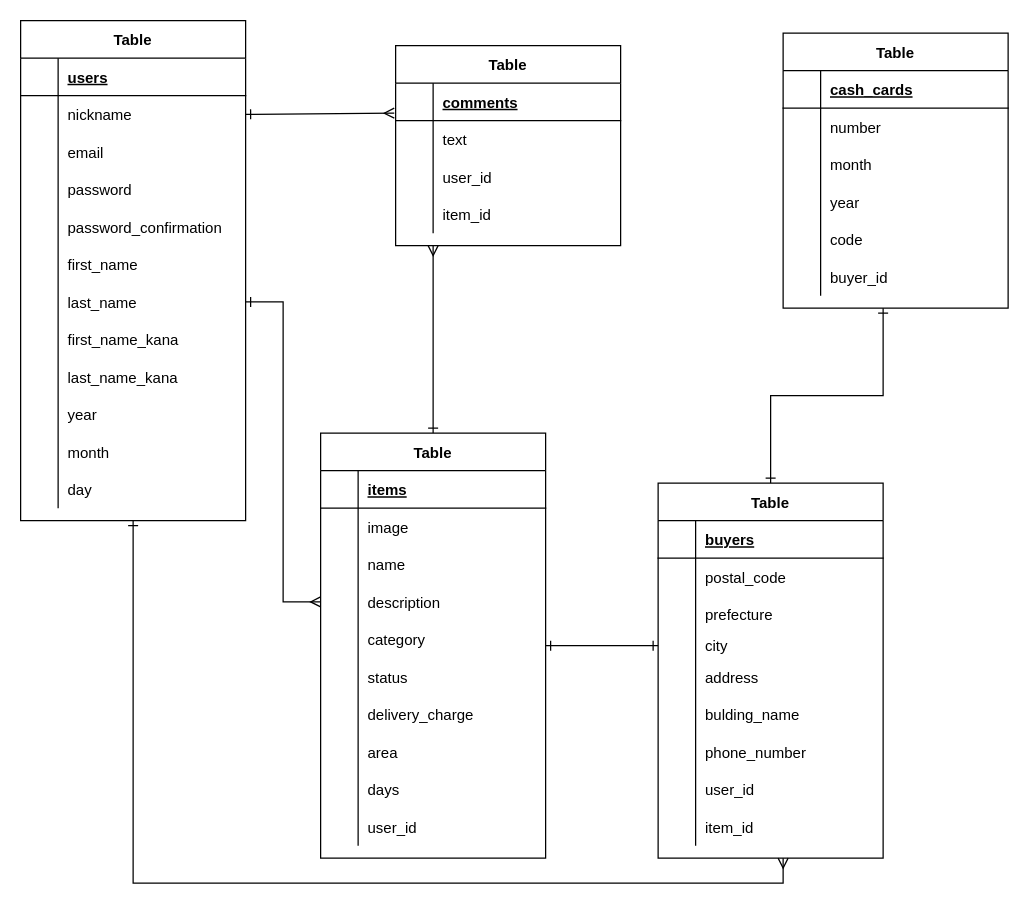
This is furima.dio from HamazakiHisanori/furima-35157, a draw.io file, before an edit. Source tidied: cells renumbered, new cells numbered last; positions are measured from the earlier drawing's top-left corner, leaving out a move shared by most shapes. Both pictures are drawn from the tidied source at 125%, with x=0, y=0 at pixel (20, 20).
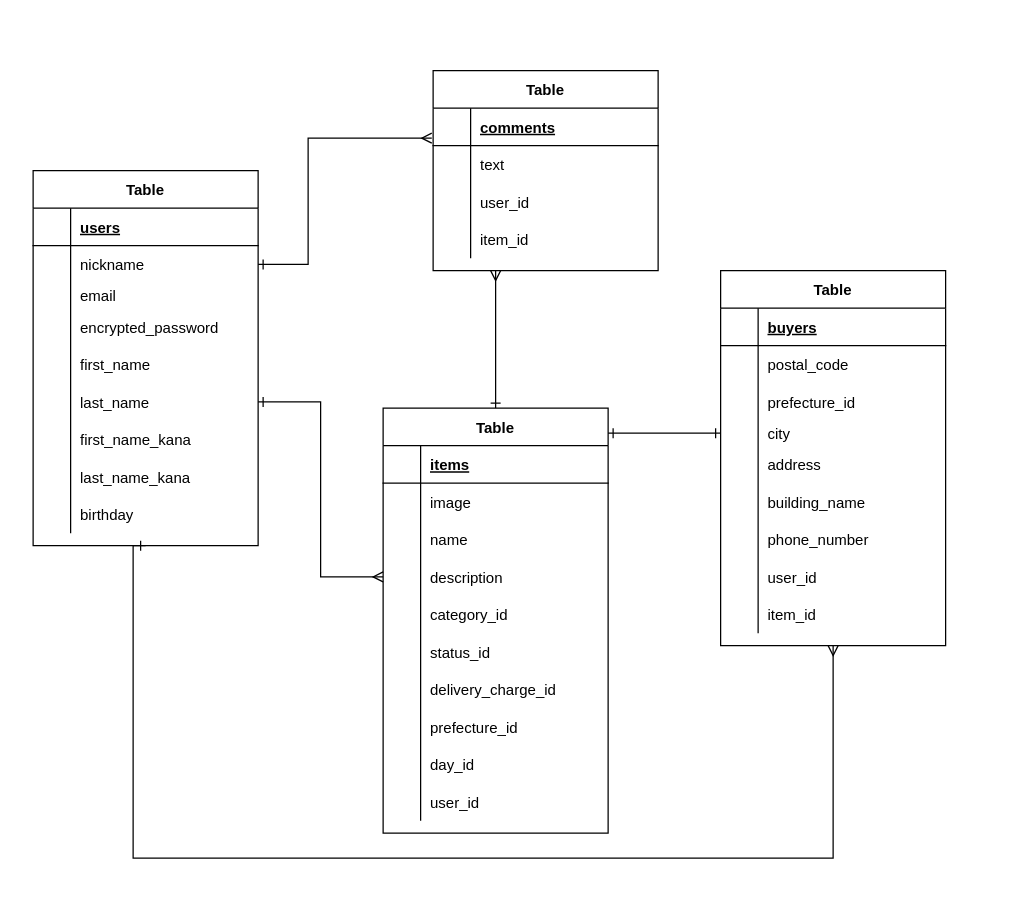
Above is the later version.

Commit message (it also covers changes not shown here):
データベース設計修正

The change refers to these unchanged cells:
```xml
<mxCell id="7" style="shape=partialRectangle;fillColor=none;top=0;left=0;bottom=0;right=0;points=[[0,0.5],[1,0.5]];portConstraint=eastwest;" parent="3" vertex="1">
  <mxGeometry y="60" width="180" height="30" as="geometry" />
</mxCell>
<mxCell id="67" style="shape=partialRectangle;fillColor=none;top=0;left=0;bottom=0;right=0;" parent="60" vertex="1">
  <mxGeometry y="90" width="180" height="30" as="geometry" />
</mxCell>
<mxCell id="70" style="shape=partialRectangle;fillColor=none;top=0;left=0;bottom=0;right=0;points=[[0,0.5],[1,0.5]];portConstraint=eastwest;" parent="60" vertex="1">
  <mxGeometry y="120" width="180" height="20" as="geometry" />
</mxCell>
<mxCell id="76" style="shape=partialRectangle;fillColor=none;top=0;left=0;bottom=0;right=0;" parent="60" vertex="1">
  <mxGeometry y="170" width="180" height="30" as="geometry" />
</mxCell>
<mxCell id="91" style="shape=partialRectangle;fillColor=none;top=0;left=0;bottom=1;right=0;points=[[0,0.5],[1,0.5]];portConstraint=eastwest;" parent="90" vertex="1">
  <mxGeometry y="30" width="180" height="30" as="geometry" />
</mxCell>
<mxCell id="113" style="shape=partialRectangle;fillColor=none;top=0;left=0;bottom=0;right=0;points=[[0,0.5],[1,0.5]];portConstraint=eastwest;" parent="103" vertex="1">
  <mxGeometry y="120" width="180" height="30" as="geometry" />
</mxCell>
<mxCell id="116" style="shape=partialRectangle;fillColor=none;top=0;left=0;bottom=0;right=0;" parent="103" vertex="1">
  <mxGeometry y="150" width="180" height="30" as="geometry" />
</mxCell>
<mxCell id="119" style="shape=partialRectangle;fillColor=none;top=0;left=0;bottom=0;right=0;" parent="103" vertex="1">
  <mxGeometry y="180" width="180" height="30" as="geometry" />
</mxCell>
<mxCell id="122" style="shape=partialRectangle;fillColor=none;top=0;left=0;bottom=0;right=0;" parent="103" vertex="1">
  <mxGeometry y="210" width="180" height="30" as="geometry" />
</mxCell>
<mxCell id="125" style="shape=partialRectangle;fillColor=none;top=0;left=0;bottom=0;right=0;" parent="103" vertex="1">
  <mxGeometry y="240" width="180" height="30" as="geometry" />
</mxCell>
<mxCell id="128" style="shape=partialRectangle;fillColor=none;top=0;left=0;bottom=0;right=0;" parent="103" vertex="1">
  <mxGeometry y="270" width="180" height="30" as="geometry" />
</mxCell>
```

Diff of the diagram source:
```diff
@@
-    <mxCell id="2" style="edgeStyle=orthogonalEdgeStyle;rounded=0;jettySize=auto;html=1;exitX=0.5;exitY=1;exitDx=0;exitDy=0;startArrow=ERone;startFill=0;endArrow=ERmany;endFill=0;" parent="1" edge="1" source="3">
+    <mxCell id="2" style="edgeStyle=orthogonalEdgeStyle;rounded=0;jettySize=auto;html=1;exitX=0.5;exitY=1;exitDx=0;exitDy=0;startArrow=ERone;startFill=0;endArrow=ERmany;endFill=0;entryX=0.5;entryY=1;entryDx=0;entryDy=0;" parent="1" edge="1" source="3" target="60">
       <mxGeometry relative="1" as="geometry">
-        <mxPoint x="610" y="670" as="targetPoint" />
         <Array as="points">
-          <mxPoint x="90" y="690" />
-          <mxPoint x="610" y="690" />
+          <mxPoint x="90" y="420" />
+          <mxPoint x="90" y="670" />
+          <mxPoint x="650" y="670" />
         </Array>
       </mxGeometry>
     </mxCell>
     <mxCell id="3" value="Table" style="shape=table;startSize=30;childLayout=tableLayout;rowLines=0;fontStyle=1;align=center;" parent="1" vertex="1">
-      <mxGeometry width="180" height="400" as="geometry" />
+      <mxGeometry x="10" y="120" width="180" height="300" as="geometry" />
     </mxCell>
@@
     <mxCell id="10" style="shape=partialRectangle;fillColor=none;top=0;left=0;bottom=0;right=0;" parent="3" vertex="1">
-      <mxGeometry y="90" width="180" height="30" as="geometry" />
+      <mxGeometry y="90" width="180" height="20" as="geometry" />
     </mxCell>
     <mxCell id="11" style="shape=partialRectangle;fillColor=none;top=0;left=0;bottom=0;right=0;overflow=hidden;" parent="10" vertex="1">
-      <mxGeometry width="30" height="30" as="geometry" />
+      <mxGeometry width="30" height="20" as="geometry" />
     </mxCell>
     <mxCell id="12" value="email" style="shape=partialRectangle;fillColor=none;top=0;left=0;bottom=0;right=0;align=left;spacingLeft=6;overflow=hidden;" parent="10" vertex="1">
-      <mxGeometry x="30" width="150" height="30" as="geometry" />
+      <mxGeometry x="30" width="150" height="20" as="geometry" />
     </mxCell>
     <mxCell id="13" style="shape=partialRectangle;fillColor=none;top=0;left=0;bottom=0;right=0;" parent="3" vertex="1">
-      <mxGeometry y="120" width="180" height="30" as="geometry" />
+      <mxGeometry y="110" width="180" height="30" as="geometry" />
     </mxCell>
@@
-    <mxCell id="15" value="password" style="shape=partialRectangle;fillColor=none;top=0;left=0;bottom=0;right=0;align=left;spacingLeft=6;overflow=hidden;" parent="13" vertex="1">
+    <mxCell id="15" value="encrypted_password" style="shape=partialRectangle;fillColor=none;top=0;left=0;bottom=0;right=0;align=left;spacingLeft=6;overflow=hidden;" parent="13" vertex="1">
       <mxGeometry x="30" width="150" height="30" as="geometry" />
     </mxCell>
-    <mxCell id="16" style="shape=partialRectangle;fillColor=none;top=0;left=0;bottom=0;right=0;" parent="3" vertex="1">
-      <mxGeometry y="150" width="180" height="30" as="geometry" />
-    </mxCell>
-    <mxCell id="17" style="shape=partialRectangle;fillColor=none;top=0;left=0;bottom=0;right=0;overflow=hidden;" parent="16" vertex="1">
-      <mxGeometry width="30" height="30" as="geometry" />
-    </mxCell>
-    <mxCell id="18" value="password_confirmation" style="shape=partialRectangle;fillColor=none;top=0;left=0;bottom=0;right=0;align=left;spacingLeft=6;overflow=hidden;" parent="16" vertex="1">
-      <mxGeometry x="30" width="150" height="30" as="geometry" />
-    </mxCell>
     <mxCell id="19" style="shape=partialRectangle;fillColor=none;top=0;left=0;bottom=0;right=0;" parent="3" vertex="1">
-      <mxGeometry y="180" width="180" height="30" as="geometry" />
+      <mxGeometry y="140" width="180" height="30" as="geometry" />
     </mxCell>
@@
     <mxCell id="22" style="shape=partialRectangle;fillColor=none;top=0;left=0;bottom=0;right=0;points=[[0,0.5],[1,0.5]];portConstraint=eastwest;" parent="3" vertex="1">
-      <mxGeometry y="210" width="180" height="30" as="geometry" />
+      <mxGeometry y="170" width="180" height="30" as="geometry" />
     </mxCell>
@@
     <mxCell id="25" style="shape=partialRectangle;fillColor=none;top=0;left=0;bottom=0;right=0;" parent="3" vertex="1">
-      <mxGeometry y="240" width="180" height="30" as="geometry" />
+      <mxGeometry y="200" width="180" height="30" as="geometry" />
     </mxCell>
@@
     <mxCell id="28" style="shape=partialRectangle;fillColor=none;top=0;left=0;bottom=0;right=0;" parent="3" vertex="1">
-      <mxGeometry y="270" width="180" height="30" as="geometry" />
+      <mxGeometry y="230" width="180" height="30" as="geometry" />
     </mxCell>
@@
     <mxCell id="31" style="shape=partialRectangle;fillColor=none;top=0;left=0;bottom=0;right=0;" parent="3" vertex="1">
-      <mxGeometry y="300" width="180" height="30" as="geometry" />
+      <mxGeometry y="260" width="180" height="30" as="geometry" />
     </mxCell>
@@
-    <mxCell id="33" value="year" style="shape=partialRectangle;fillColor=none;top=0;left=0;bottom=0;right=0;align=left;spacingLeft=6;overflow=hidden;" parent="31" vertex="1">
+    <mxCell id="33" value="birthday" style="shape=partialRectangle;fillColor=none;top=0;left=0;bottom=0;right=0;align=left;spacingLeft=6;overflow=hidden;" parent="31" vertex="1">
       <mxGeometry x="30" width="150" height="30" as="geometry" />
     </mxCell>
-    <mxCell id="34" style="shape=partialRectangle;fillColor=none;top=0;left=0;bottom=0;right=0;" parent="3" vertex="1">
-      <mxGeometry y="330" width="180" height="30" as="geometry" />
-    </mxCell>
-    <mxCell id="35" style="shape=partialRectangle;fillColor=none;top=0;left=0;bottom=0;right=0;overflow=hidden;" parent="34" vertex="1">
-      <mxGeometry width="30" height="30" as="geometry" />
-    </mxCell>
-    <mxCell id="36" value="month" style="shape=partialRectangle;fillColor=none;top=0;left=0;bottom=0;right=0;align=left;spacingLeft=6;overflow=hidden;" parent="34" vertex="1">
-      <mxGeometry x="30" width="150" height="30" as="geometry" />
-    </mxCell>
-    <mxCell id="37" style="shape=partialRectangle;fillColor=none;top=0;left=0;bottom=0;right=0;" parent="3" vertex="1">
-      <mxGeometry y="360" width="180" height="30" as="geometry" />
-    </mxCell>
-    <mxCell id="38" style="shape=partialRectangle;fillColor=none;top=0;left=0;bottom=0;right=0;overflow=hidden;" parent="37" vertex="1">
-      <mxGeometry width="30" height="30" as="geometry" />
-    </mxCell>
-    <mxCell id="39" value="day" style="shape=partialRectangle;fillColor=none;top=0;left=0;bottom=0;right=0;align=left;spacingLeft=6;overflow=hidden;" parent="37" vertex="1">
-      <mxGeometry x="30" width="150" height="30" as="geometry" />
-    </mxCell>
-    <mxCell id="40" style="edgeStyle=none;rounded=0;jumpStyle=arc;jettySize=auto;html=1;entryX=0.5;entryY=0;entryDx=0;entryDy=0;startArrow=ERone;startFill=0;sourcePerimeterSpacing=0;endArrow=ERone;endFill=0;" parent="1" edge="1" target="60">
-      <mxGeometry relative="1" as="geometry">
-        <mxPoint x="690" y="230" as="sourcePoint" />
-        <Array as="points">
-          <mxPoint x="690" y="300" />
-          <mxPoint x="600" y="300" />
-        </Array>
-      </mxGeometry>
-    </mxCell>
-    <mxCell id="41" value="Table" style="shape=table;startSize=30;childLayout=tableLayout;rowLines=0;fontStyle=1;align=center;" parent="1" vertex="1">
-      <mxGeometry x="610" y="10" width="180" height="220" as="geometry" />
-    </mxCell>
-    <mxCell id="42" style="shape=partialRectangle;fillColor=none;top=0;left=0;bottom=1;right=0;" parent="41" vertex="1">
-      <mxGeometry y="30" width="180" height="30" as="geometry" />
-    </mxCell>
-    <mxCell id="43" style="shape=partialRectangle;fillColor=none;top=0;left=0;bottom=0;right=0;fontStyle=1;overflow=hidden;" parent="42" vertex="1">
-      <mxGeometry width="30" height="30" as="geometry" />
-    </mxCell>
-    <mxCell id="44" value="cash_cards" style="shape=partialRectangle;fillColor=none;top=0;left=0;bottom=0;right=0;align=left;spacingLeft=6;fontStyle=5;overflow=hidden;" parent="42" vertex="1">
-      <mxGeometry x="30" width="150" height="30" as="geometry" />
-    </mxCell>
-    <mxCell id="45" style="shape=partialRectangle;fillColor=none;top=0;left=0;bottom=0;right=0;" parent="41" vertex="1">
-      <mxGeometry y="60" width="180" height="30" as="geometry" />
-    </mxCell>
-    <mxCell id="46" style="shape=partialRectangle;fillColor=none;top=0;left=0;bottom=0;right=0;overflow=hidden;" parent="45" vertex="1">
-      <mxGeometry width="30" height="30" as="geometry" />
-    </mxCell>
-    <mxCell id="47" value="number" style="shape=partialRectangle;fillColor=none;top=0;left=0;bottom=0;right=0;align=left;spacingLeft=6;overflow=hidden;" parent="45" vertex="1">
-      <mxGeometry x="30" width="150" height="30" as="geometry" />
-    </mxCell>
-    <mxCell id="48" style="shape=partialRectangle;fillColor=none;top=0;left=0;bottom=0;right=0;" parent="41" vertex="1">
-      <mxGeometry y="90" width="180" height="30" as="geometry" />
-    </mxCell>
-    <mxCell id="49" style="shape=partialRectangle;fillColor=none;top=0;left=0;bottom=0;right=0;overflow=hidden;" parent="48" vertex="1">
-      <mxGeometry width="30" height="30" as="geometry" />
-    </mxCell>
-    <mxCell id="50" value="month" style="shape=partialRectangle;fillColor=none;top=0;left=0;bottom=0;right=0;align=left;spacingLeft=6;overflow=hidden;" parent="48" vertex="1">
-      <mxGeometry x="30" width="150" height="30" as="geometry" />
-    </mxCell>
-    <mxCell id="51" style="shape=partialRectangle;fillColor=none;top=0;left=0;bottom=0;right=0;" parent="41" vertex="1">
-      <mxGeometry y="120" width="180" height="30" as="geometry" />
-    </mxCell>
-    <mxCell id="52" style="shape=partialRectangle;fillColor=none;top=0;left=0;bottom=0;right=0;overflow=hidden;" parent="51" vertex="1">
-      <mxGeometry width="30" height="30" as="geometry" />
-    </mxCell>
-    <mxCell id="53" value="year" style="shape=partialRectangle;fillColor=none;top=0;left=0;bottom=0;right=0;align=left;spacingLeft=6;overflow=hidden;" parent="51" vertex="1">
-      <mxGeometry x="30" width="150" height="30" as="geometry" />
-    </mxCell>
-    <mxCell id="54" style="shape=partialRectangle;fillColor=none;top=0;left=0;bottom=0;right=0;" parent="41" vertex="1">
-      <mxGeometry y="150" width="180" height="30" as="geometry" />
-    </mxCell>
-    <mxCell id="55" style="shape=partialRectangle;fillColor=none;top=0;left=0;bottom=0;right=0;overflow=hidden;" parent="54" vertex="1">
-      <mxGeometry width="30" height="30" as="geometry" />
-    </mxCell>
-    <mxCell id="56" value="code" style="shape=partialRectangle;fillColor=none;top=0;left=0;bottom=0;right=0;align=left;spacingLeft=6;overflow=hidden;" parent="54" vertex="1">
-      <mxGeometry x="30" width="150" height="30" as="geometry" />
-    </mxCell>
-    <mxCell id="57" style="shape=partialRectangle;fillColor=none;top=0;left=0;bottom=0;right=0;" parent="41" vertex="1">
-      <mxGeometry y="180" width="180" height="30" as="geometry" />
-    </mxCell>
-    <mxCell id="58" style="shape=partialRectangle;fillColor=none;top=0;left=0;bottom=0;right=0;overflow=hidden;" parent="57" vertex="1">
-      <mxGeometry width="30" height="30" as="geometry" />
-    </mxCell>
-    <mxCell id="59" value="buyer_id" style="shape=partialRectangle;fillColor=none;top=0;left=0;bottom=0;right=0;align=left;spacingLeft=6;overflow=hidden;" parent="57" vertex="1">
-      <mxGeometry x="30" width="150" height="30" as="geometry" />
-    </mxCell>
     <mxCell id="60" value="Table" style="shape=table;startSize=30;childLayout=tableLayout;rowLines=0;fontStyle=1;align=center;" parent="1" vertex="1">
-      <mxGeometry x="510" y="370" width="180" height="300" as="geometry" />
+      <mxGeometry x="560" y="200" width="180" height="300" as="geometry" />
     </mxCell>
@@
-    <mxCell id="69" value="prefecture" style="shape=partialRectangle;fillColor=none;top=0;left=0;bottom=0;right=0;align=left;spacingLeft=6;overflow=hidden;" parent="67" vertex="1">
+    <mxCell id="69" value="prefecture_id" style="shape=partialRectangle;fillColor=none;top=0;left=0;bottom=0;right=0;align=left;spacingLeft=6;overflow=hidden;" parent="67" vertex="1">
       <mxGeometry x="30" width="150" height="30" as="geometry" />
     </mxCell>
@@
-    <mxCell id="78" value="bulding_name" style="shape=partialRectangle;fillColor=none;top=0;left=0;bottom=0;right=0;align=left;spacingLeft=6;overflow=hidden;" parent="76" vertex="1">
+    <mxCell id="78" value="building_name" style="shape=partialRectangle;fillColor=none;top=0;left=0;bottom=0;right=0;align=left;spacingLeft=6;overflow=hidden;" parent="76" vertex="1">
       <mxGeometry x="30" width="150" height="30" as="geometry" />
     </mxCell>
@@
     <mxCell id="89" style="edgeStyle=none;rounded=0;jumpStyle=arc;jettySize=auto;html=1;entryX=0.5;entryY=0;entryDx=0;entryDy=0;sourcePerimeterSpacing=0;startArrow=ERmany;startFill=0;endArrow=ERone;endFill=0;" parent="1" edge="1" target="103">
       <mxGeometry relative="1" as="geometry">
-        <mxPoint x="330" y="180" as="sourcePoint" />
+        <mxPoint x="380" y="200" as="sourcePoint" />
       </mxGeometry>
     </mxCell>
     <mxCell id="90" value="Table" style="shape=table;startSize=30;childLayout=tableLayout;rowLines=0;fontStyle=1;align=center;" parent="1" vertex="1">
-      <mxGeometry x="300" y="20" width="180" height="160" as="geometry" />
+      <mxGeometry x="330" y="40" width="180" height="160" as="geometry" />
     </mxCell>
@@
     <mxCell id="103" value="Table" style="shape=table;startSize=30;childLayout=tableLayout;rowLines=0;fontStyle=1;align=center;" parent="1" vertex="1">
-      <mxGeometry x="240" y="330" width="180" height="340" as="geometry" />
+      <mxGeometry x="290" y="310" width="180" height="340" as="geometry" />
     </mxCell>
@@
-    <mxCell id="118" value="category" style="shape=partialRectangle;fillColor=none;top=0;left=0;bottom=0;right=0;align=left;spacingLeft=6;overflow=hidden;" parent="116" vertex="1">
+    <mxCell id="118" value="category_id" style="shape=partialRectangle;fillColor=none;top=0;left=0;bottom=0;right=0;align=left;spacingLeft=6;overflow=hidden;" parent="116" vertex="1">
       <mxGeometry x="30" width="150" height="30" as="geometry" />
     </mxCell>
@@
-    <mxCell id="121" value="status" style="shape=partialRectangle;fillColor=none;top=0;left=0;bottom=0;right=0;align=left;spacingLeft=6;overflow=hidden;" parent="119" vertex="1">
+    <mxCell id="121" value="status_id" style="shape=partialRectangle;fillColor=none;top=0;left=0;bottom=0;right=0;align=left;spacingLeft=6;overflow=hidden;" parent="119" vertex="1">
       <mxGeometry x="30" width="150" height="30" as="geometry" />
     </mxCell>
@@
-    <mxCell id="124" value="delivery_charge" style="shape=partialRectangle;fillColor=none;top=0;left=0;bottom=0;right=0;align=left;spacingLeft=6;overflow=hidden;" parent="122" vertex="1">
+    <mxCell id="124" value="delivery_charge_id" style="shape=partialRectangle;fillColor=none;top=0;left=0;bottom=0;right=0;align=left;spacingLeft=6;overflow=hidden;" parent="122" vertex="1">
       <mxGeometry x="30" width="150" height="30" as="geometry" />
     </mxCell>
@@
-    <mxCell id="127" value="area" style="shape=partialRectangle;fillColor=none;top=0;left=0;bottom=0;right=0;align=left;spacingLeft=6;overflow=hidden;" parent="125" vertex="1">
+    <mxCell id="127" value="prefecture_id" style="shape=partialRectangle;fillColor=none;top=0;left=0;bottom=0;right=0;align=left;spacingLeft=6;overflow=hidden;" parent="125" vertex="1">
       <mxGeometry x="30" width="150" height="30" as="geometry" />
     </mxCell>
@@
-    <mxCell id="130" value="days" style="shape=partialRectangle;fillColor=none;top=0;left=0;bottom=0;right=0;align=left;spacingLeft=6;overflow=hidden;" parent="128" vertex="1">
+    <mxCell id="130" value="day_id" style="shape=partialRectangle;fillColor=none;top=0;left=0;bottom=0;right=0;align=left;spacingLeft=6;overflow=hidden;" parent="128" vertex="1">
       <mxGeometry x="30" width="150" height="30" as="geometry" />
     </mxCell>
@@
     <mxCell id="134" style="edgeStyle=none;rounded=0;jumpStyle=arc;jettySize=auto;html=1;exitX=1;exitY=0.5;exitDx=0;exitDy=0;entryX=0;entryY=0.5;entryDx=0;entryDy=0;startArrow=ERone;startFill=0;sourcePerimeterSpacing=0;endArrow=ERmany;endFill=0;" parent="1" edge="1" source="22" target="113">
       <mxGeometry relative="1" as="geometry">
         <Array as="points">
-          <mxPoint x="210" y="225" />
-          <mxPoint x="210" y="465" />
+          <mxPoint x="240" y="305" />
+          <mxPoint x="240" y="445" />
         </Array>
       </mxGeometry>
     </mxCell>
     <mxCell id="135" style="edgeStyle=none;rounded=0;jumpStyle=arc;jettySize=auto;html=1;entryX=0;entryY=0.5;entryDx=0;entryDy=0;startArrow=ERone;startFill=0;sourcePerimeterSpacing=0;endArrow=ERone;endFill=0;" parent="1" edge="1" target="70">
       <mxGeometry relative="1" as="geometry">
-        <mxPoint x="420" y="500" as="sourcePoint" />
+        <mxPoint x="470" y="330" as="sourcePoint" />
       </mxGeometry>
     </mxCell>
     <mxCell id="136" style="edgeStyle=none;rounded=0;jumpStyle=arc;jettySize=auto;html=1;exitX=1;exitY=0.5;exitDx=0;exitDy=0;entryX=-0.006;entryY=0.8;entryDx=0;entryDy=0;startArrow=ERone;startFill=0;sourcePerimeterSpacing=0;endArrow=ERmany;endFill=0;entryPerimeter=0;" parent="1" edge="1" source="7" target="91">
-      <mxGeometry relative="1" as="geometry" />
+      <mxGeometry relative="1" as="geometry">
+        <Array as="points">
+          <mxPoint x="230" y="195" />
+          <mxPoint x="230" y="94" />
+        </Array>
+      </mxGeometry>
     </mxCell>
```
